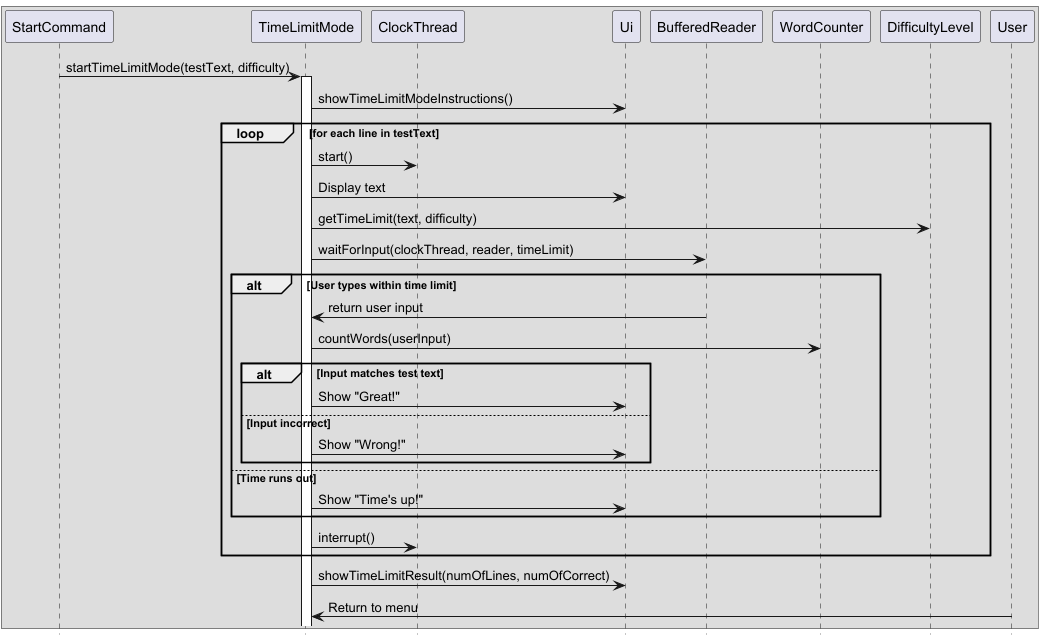
Above: docs/images/SeqDiagramTimeLimitMode.png in AY2425S2-CS2113-F13-2/tp (PlantUML), before the change.
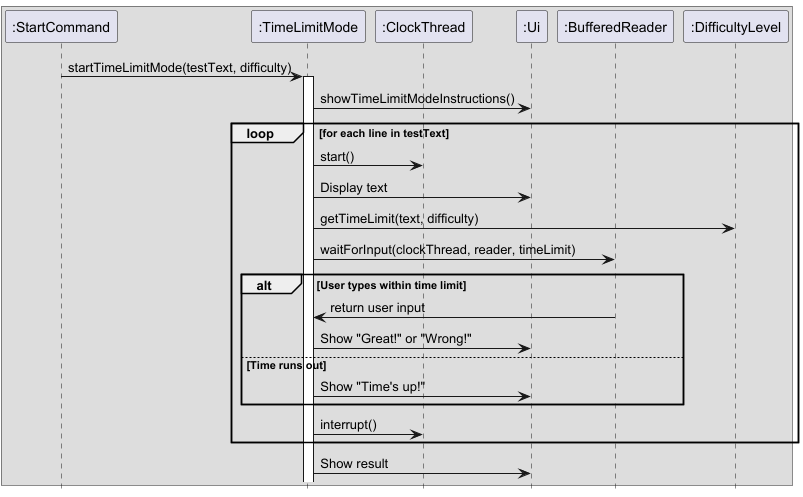
The same file after the commit.

Commit message:
added class diagram for Command, simplified sequence diagram, edited the order of implementation part in DG

Diff of the diagram source:
```diff
@@ -2,13 +2,12 @@
 hide footbox
 
 box
-participant StartCommand
-participant TimeLimitMode
-participant ClockThread
-participant Ui
-participant BufferedReader
-participant WordCounter
-participant DifficultyLevel
+participant ":StartCommand" as StartCommand
+participant ":TimeLimitMode" as TimeLimitMode
+participant ":ClockThread" as ClockThread
+participant ":Ui" as Ui
+participant ":BufferedReader" as BufferedReader
+participant ":DifficultyLevel" as DifficultyLevel
 
 StartCommand -> TimeLimitMode: startTimeLimitMode(testText, difficulty)
 activate TimeLimitMode
@@ -20,19 +19,14 @@
     TimeLimitMode -> BufferedReader: waitForInput(clockThread, reader, timeLimit)
     alt User types within time limit
         BufferedReader -> TimeLimitMode: return user input
-        TimeLimitMode -> WordCounter: countWords(userInput)
-        alt Input matches test text
-            TimeLimitMode -> Ui: Show "Great!"
-        else Input incorrect
-            TimeLimitMode -> Ui: Show "Wrong!"
-        end
+        TimeLimitMode -> Ui: Show "Great!" or "Wrong!"
+
     else Time runs out
         TimeLimitMode -> Ui: Show "Time's up!"
     end
     TimeLimitMode -> ClockThread: interrupt()
 end
-TimeLimitMode -> Ui: showTimeLimitResult(numOfLines, numOfCorrect)
-User -> TimeLimitMode: Return to menu
+TimeLimitMode -> Ui: Show result
 
 end box
 @enduml
```
